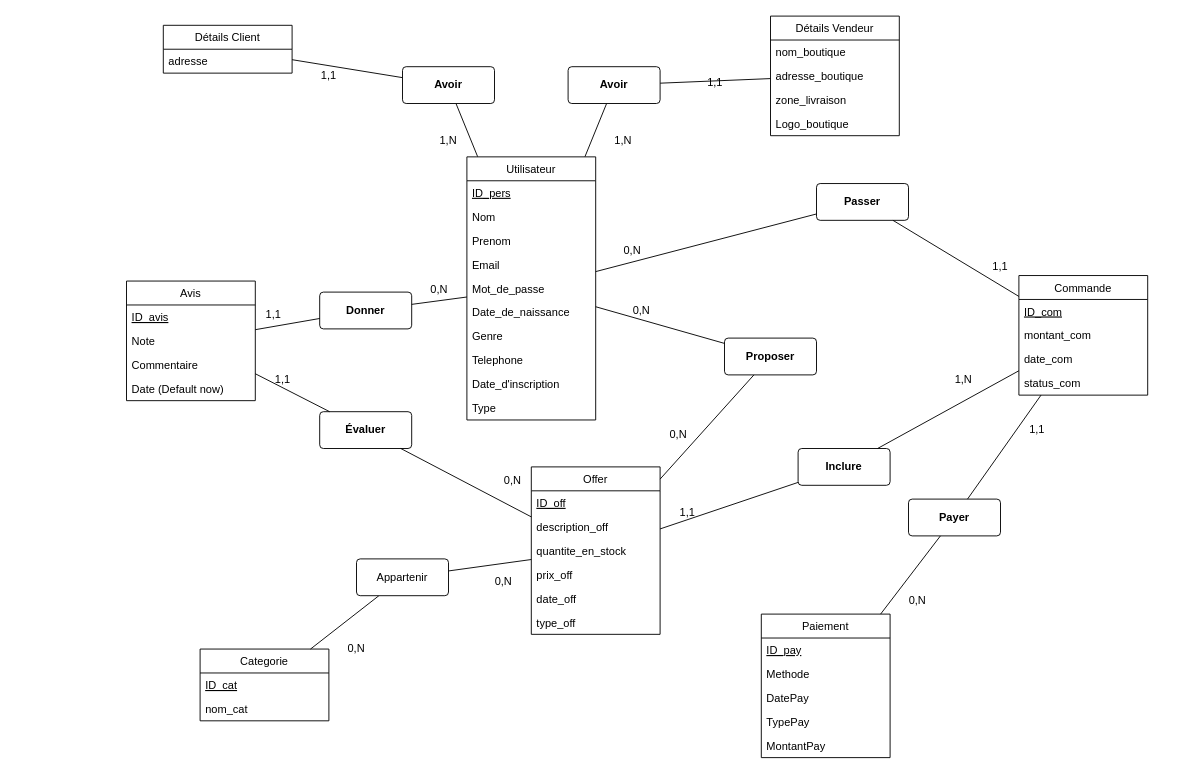
Before: Planning/Modelisations.dio in haki24gamer/Taajr, a draw.io diagram. Source tidied: cells renumbered, new cells numbered last; positions are measured from the earlier drawing's top-left corner, leaving out a move shared by most shapes. Both pictures are drawn from the tidied source at 92%, with x=0, y=0 at pixel (126, 16).
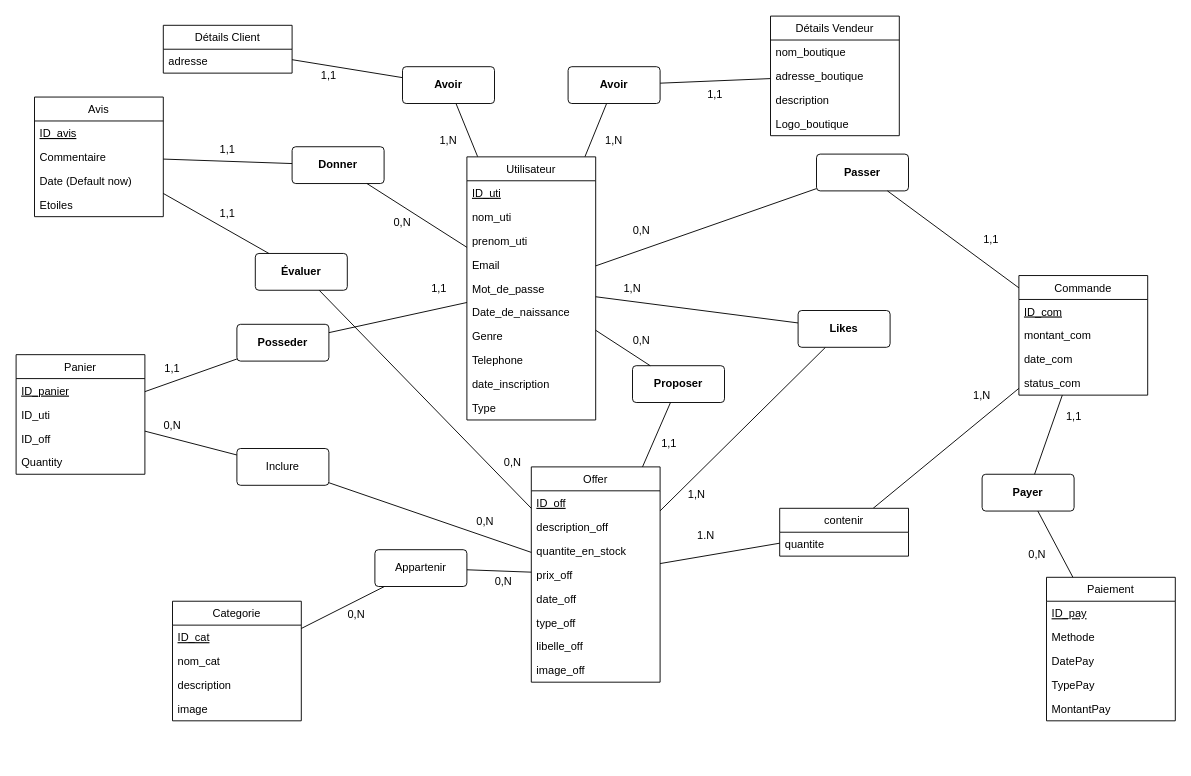
After the change.

Unchanged cells that the change refers to:
```xml
<mxCell id="11" value="Utilisateur" style="swimlane;fontStyle=0;horizontal=1;startSize=26;" parent="1" vertex="1">
  <mxGeometry x="370" y="153" width="140" height="286" as="geometry" />
</mxCell>
<mxCell id="22" value="Commande" style="swimlane;fontStyle=0;horizontal=1;startSize=26;" parent="1" vertex="1">
  <mxGeometry x="970" y="282" width="140" height="130" as="geometry" />
</mxCell>
<mxCell id="82" value="Détails Vendeur" style="swimlane;fontStyle=0;horizontal=1;startSize=26;" parent="1" vertex="1">
  <mxGeometry x="700" width="140" height="130" as="geometry" />
</mxCell>
```

Change to the diagram source:
```diff
@@
     <mxCell id="2" value="&lt;strong&gt;Donner&lt;/strong&gt;" style="rounded=1;arcSize=10;whiteSpace=wrap;html=1;align=center;" parent="1" vertex="1">
-      <mxGeometry x="210" y="300" width="100" height="40" as="geometry" />
+      <mxGeometry x="180" y="142" width="100" height="40" as="geometry" />
     </mxCell>
     <mxCell id="3" value="&lt;strong&gt;Évaluer&lt;/strong&gt;" style="rounded=1;arcSize=10;whiteSpace=wrap;html=1;align=center;" parent="1" vertex="1">
-      <mxGeometry x="210" y="430" width="100" height="40" as="geometry" />
+      <mxGeometry x="140" y="258" width="100" height="40" as="geometry" />
     </mxCell>
     <mxCell id="4" value="Avis" style="swimlane;fontStyle=0;horizontal=1;startSize=26;" parent="1" vertex="1">
-      <mxGeometry y="288" width="140" height="130" as="geometry" />
+      <mxGeometry x="-100" y="88" width="140" height="130" as="geometry" />
     </mxCell>
@@
-    <mxCell id="6" value="Note" style="text;strokeColor=none;fillColor=none;align=left;verticalAlign=top;spacingLeft=4;spacingRight=4;overflow=hidden;" parent="4" vertex="1">
-      <mxGeometry y="52" width="140" height="26" as="geometry" />
-    </mxCell>
     <mxCell id="7" value="Commentaire" style="text;strokeColor=none;fillColor=none;align=left;verticalAlign=top;spacingLeft=4;spacingRight=4;overflow=hidden;" parent="4" vertex="1">
-      <mxGeometry y="78" width="140" height="26" as="geometry" />
+      <mxGeometry y="52" width="140" height="26" as="geometry" />
     </mxCell>
     <mxCell id="8" value="Date (Default now)" style="text;strokeColor=none;fillColor=none;align=left;verticalAlign=top;spacingLeft=4;spacingRight=4;overflow=hidden;" parent="4" vertex="1">
-      <mxGeometry y="104" width="140" height="26" as="geometry" />
+      <mxGeometry y="78" width="140" height="26" as="geometry" />
     </mxCell>
+    <mxCell id="91" value="Etoiles" style="text;strokeColor=none;fillColor=none;align=left;verticalAlign=top;spacingLeft=4;spacingRight=4;overflow=hidden;" parent="4" vertex="1">
+      <mxGeometry y="104" width="140" height="26" as="geometry" />
+    </mxCell>
@@
-    <mxCell id="12" value="ID_pers" style="text;strokeColor=none;fillColor=none;align=left;verticalAlign=top;spacingLeft=4;spacingRight=4;overflow=hidden;fontStyle=4;" parent="11" vertex="1">
+    <mxCell id="12" value="ID_uti" style="text;strokeColor=none;fillColor=none;align=left;verticalAlign=top;spacingLeft=4;spacingRight=4;overflow=hidden;fontStyle=4;" parent="11" vertex="1">
       <mxGeometry y="26" width="140" height="26" as="geometry" />
     </mxCell>
-    <mxCell id="13" value="Nom" style="text;strokeColor=none;fillColor=none;align=left;verticalAlign=top;spacingLeft=4;spacingRight=4;overflow=hidden;" parent="11" vertex="1">
+    <mxCell id="13" value="nom_uti" style="text;strokeColor=none;fillColor=none;align=left;verticalAlign=top;spacingLeft=4;spacingRight=4;overflow=hidden;" parent="11" vertex="1">
       <mxGeometry y="52" width="140" height="26" as="geometry" />
     </mxCell>
-    <mxCell id="14" value="Prenom" style="text;strokeColor=none;fillColor=none;align=left;verticalAlign=top;spacingLeft=4;spacingRight=4;overflow=hidden;" parent="11" vertex="1">
+    <mxCell id="14" value="prenom_uti" style="text;strokeColor=none;fillColor=none;align=left;verticalAlign=top;spacingLeft=4;spacingRight=4;overflow=hidden;" parent="11" vertex="1">
       <mxGeometry y="78" width="140" height="26" as="geometry" />
     </mxCell>
@@
-    <mxCell id="20" value="Date_d'inscription" style="text;strokeColor=none;fillColor=none;align=left;verticalAlign=top;spacingLeft=4;spacingRight=4;overflow=hidden;" parent="11" vertex="1">
+    <mxCell id="20" value="date_inscription" style="text;strokeColor=none;fillColor=none;align=left;verticalAlign=top;spacingLeft=4;spacingRight=4;overflow=hidden;" parent="11" vertex="1">
       <mxGeometry y="234" width="140" height="26" as="geometry" />
     </mxCell>
@@
     <mxCell id="27" value="Offer" style="swimlane;fontStyle=0;horizontal=1;startSize=26;" parent="1" vertex="1">
-      <mxGeometry x="440" y="490" width="140" height="182" as="geometry" />
+      <mxGeometry x="440" y="490" width="140" height="234" as="geometry" />
     </mxCell>
@@
+    <mxCell id="92" value="libelle_off" style="text;strokeColor=none;fillColor=none;align=left;verticalAlign=top;spacingLeft=4;spacingRight=4;overflow=hidden;" parent="27" vertex="1">
+      <mxGeometry y="182" width="140" height="26" as="geometry" />
+    </mxCell>
+    <mxCell id="93" value="image_off" style="text;strokeColor=none;fillColor=none;align=left;verticalAlign=top;spacingLeft=4;spacingRight=4;overflow=hidden;" parent="27" vertex="1">
+      <mxGeometry y="208" width="140" height="26" as="geometry" />
+    </mxCell>
     <mxCell id="34" value="Paiement" style="swimlane;fontStyle=0;horizontal=1;startSize=26;" parent="1" vertex="1">
-      <mxGeometry x="690" y="650" width="140" height="156" as="geometry" />
+      <mxGeometry x="1000" y="610" width="140" height="156" as="geometry" />
     </mxCell>
@@
     <mxCell id="40" value="Categorie" style="swimlane;fontStyle=0;horizontal=1;startSize=26;" parent="1" vertex="1">
-      <mxGeometry x="80" y="688" width="140" height="78" as="geometry" />
+      <mxGeometry x="50" y="636" width="140" height="130" as="geometry" />
     </mxCell>
@@
+    <mxCell id="94" value="description " style="text;strokeColor=none;fillColor=none;align=left;verticalAlign=top;spacingLeft=4;spacingRight=4;overflow=hidden;" parent="40" vertex="1">
+      <mxGeometry y="78" width="140" height="26" as="geometry" />
+    </mxCell>
+    <mxCell id="95" value="image" style="text;strokeColor=none;fillColor=none;align=left;verticalAlign=top;spacingLeft=4;spacingRight=4;overflow=hidden;" parent="40" vertex="1">
+      <mxGeometry y="104" width="140" height="26" as="geometry" />
+    </mxCell>
     <mxCell id="43" value="&lt;strong&gt;Passer&lt;/strong&gt;" style="rounded=1;arcSize=10;whiteSpace=wrap;html=1;align=center;" parent="1" vertex="1">
-      <mxGeometry x="750" y="182" width="100" height="40" as="geometry" />
+      <mxGeometry x="750" y="150" width="100" height="40" as="geometry" />
     </mxCell>
     <mxCell id="44" value="&lt;strong&gt;Proposer&lt;/strong&gt;" style="rounded=1;arcSize=10;whiteSpace=wrap;html=1;align=center;" parent="1" vertex="1">
-      <mxGeometry x="650" y="350" width="100" height="40" as="geometry" />
+      <mxGeometry x="550" y="380" width="100" height="40" as="geometry" />
     </mxCell>
@@
-    <mxCell id="52" value="&lt;strong&gt;Inclure&lt;/strong&gt;" style="rounded=1;arcSize=10;whiteSpace=wrap;html=1;align=center;" parent="1" vertex="1">
-      <mxGeometry x="730" y="470" width="100" height="40" as="geometry" />
-    </mxCell>
-    <mxCell id="53" style="edgeStyle=none;html=1;endArrow=none;endFill=0;" parent="1" edge="1" source="27" target="52">
+    <mxCell id="53" style="edgeStyle=none;html=1;endArrow=none;endFill=0;" parent="1" edge="1" source="27" target="115">
       <mxGeometry relative="1" as="geometry" />
     </mxCell>
-    <mxCell id="54" style="edgeStyle=none;html=1;endArrow=none;endFill=0;" parent="1" edge="1" source="22" target="52">
+    <mxCell id="54" style="edgeStyle=none;html=1;endArrow=none;endFill=0;" parent="1" edge="1" source="22" target="115">
       <mxGeometry relative="1" as="geometry" />
     </mxCell>
     <mxCell id="55" value="&lt;strong&gt;Payer&lt;/strong&gt;" style="rounded=1;arcSize=10;whiteSpace=wrap;html=1;align=center;" parent="1" vertex="1">
-      <mxGeometry x="850" y="525" width="100" height="40" as="geometry" />
+      <mxGeometry x="930" y="498" width="100" height="40" as="geometry" />
     </mxCell>
@@
     <mxCell id="61" value="0,N" style="text;html=1;strokeColor=none;fillColor=none;align=center;verticalAlign=middle;whiteSpace=wrap;rounded=0;" parent="1" vertex="1">
-      <mxGeometry x="310" y="282" width="60" height="30" as="geometry" />
+      <mxGeometry x="270" y="210" width="60" height="30" as="geometry" />
     </mxCell>
     <mxCell id="62" value="1,1" style="text;html=1;strokeColor=none;fillColor=none;align=center;verticalAlign=middle;whiteSpace=wrap;rounded=0;" parent="1" vertex="1">
-      <mxGeometry x="130" y="310" width="60" height="30" as="geometry" />
+      <mxGeometry x="80" y="130" width="60" height="30" as="geometry" />
     </mxCell>
     <mxCell id="63" value="0,N" style="text;html=1;strokeColor=none;fillColor=none;align=center;verticalAlign=middle;whiteSpace=wrap;rounded=0;" parent="1" vertex="1">
-      <mxGeometry x="530" y="305" width="60" height="30" as="geometry" />
+      <mxGeometry x="530" y="338" width="60" height="30" as="geometry" />
     </mxCell>
-    <mxCell id="64" value="1,1" style="text;html=1;strokeColor=none;fillColor=none;align=center;verticalAlign=middle;whiteSpace=wrap;rounded=0;" parent="1" vertex="1">
-      <mxGeometry x="580" y="525" width="60" height="30" as="geometry" />
+    <mxCell id="64" value="1.N" style="text;html=1;strokeColor=none;fillColor=none;align=center;verticalAlign=middle;whiteSpace=wrap;rounded=0;" parent="1" vertex="1">
+      <mxGeometry x="600" y="550" width="60" height="30" as="geometry" />
     </mxCell>
     <mxCell id="65" value="0,N" style="text;html=1;strokeColor=none;fillColor=none;align=center;verticalAlign=middle;whiteSpace=wrap;rounded=0;" parent="1" vertex="1">
-      <mxGeometry x="220" y="673" width="60" height="30" as="geometry" />
+      <mxGeometry x="220" y="636" width="60" height="30" as="geometry" />
     </mxCell>
@@
     <mxCell id="67" value="1,N" style="text;html=1;strokeColor=none;fillColor=none;align=center;verticalAlign=middle;whiteSpace=wrap;rounded=0;" parent="1" vertex="1">
-      <mxGeometry x="880" y="380" width="60" height="30" as="geometry" />
+      <mxGeometry x="900" y="398" width="60" height="30" as="geometry" />
     </mxCell>
-    <mxCell id="68" value="0,N" style="text;html=1;strokeColor=none;fillColor=none;align=center;verticalAlign=middle;whiteSpace=wrap;rounded=0;" parent="1" vertex="1">
-      <mxGeometry x="570" y="440" width="60" height="30" as="geometry" />
+    <mxCell id="68" value="1,1" style="text;html=1;strokeColor=none;fillColor=none;align=center;verticalAlign=middle;whiteSpace=wrap;rounded=0;" parent="1" vertex="1">
+      <mxGeometry x="560" y="450" width="60" height="30" as="geometry" />
     </mxCell>
     <mxCell id="69" value="0,N" style="text;html=1;strokeColor=none;fillColor=none;align=center;verticalAlign=middle;whiteSpace=wrap;rounded=0;" parent="1" vertex="1">
-      <mxGeometry x="520" y="240" width="60" height="30" as="geometry" />
+      <mxGeometry x="530" y="218" width="60" height="30" as="geometry" />
     </mxCell>
     <mxCell id="70" value="1,1" style="text;html=1;strokeColor=none;fillColor=none;align=center;verticalAlign=middle;whiteSpace=wrap;rounded=0;" parent="1" vertex="1">
-      <mxGeometry x="920" y="258" width="60" height="30" as="geometry" />
+      <mxGeometry x="910" y="228" width="60" height="30" as="geometry" />
     </mxCell>
     <mxCell id="71" value="1,1" style="text;html=1;strokeColor=none;fillColor=none;align=center;verticalAlign=middle;whiteSpace=wrap;rounded=0;" parent="1" vertex="1">
-      <mxGeometry x="960" y="435" width="60" height="30" as="geometry" />
+      <mxGeometry x="1000" y="420" width="60" height="30" as="geometry" />
     </mxCell>
-    <mxCell id="72" value="0,N" style="text;html=1;strokeColor=none;fillColor=none;align=center;verticalAlign=middle;whiteSpace=wrap;rounded=0;" parent="1" vertex="1">
-      <mxGeometry x="830" y="620" width="60" height="30" as="geometry" />
-    </mxCell>
     <mxCell id="73" value="1,1" style="text;html=1;strokeColor=none;fillColor=none;align=center;verticalAlign=middle;whiteSpace=wrap;rounded=0;" parent="1" vertex="1">
-      <mxGeometry x="140" y="380" width="60" height="30" as="geometry" />
+      <mxGeometry x="80" y="200" width="60" height="30" as="geometry" />
     </mxCell>
     <mxCell id="74" value="0,N" style="text;html=1;strokeColor=none;fillColor=none;align=center;verticalAlign=middle;whiteSpace=wrap;rounded=0;" parent="1" vertex="1">
-      <mxGeometry x="390" y="490" width="60" height="30" as="geometry" />
+      <mxGeometry x="390" y="470" width="60" height="30" as="geometry" />
     </mxCell>
     <mxCell id="75" value="&lt;span style=&quot;&quot;&gt;Appartenir&lt;/span&gt;" style="rounded=1;arcSize=10;whiteSpace=wrap;html=1;align=center;" parent="1" vertex="1">
-      <mxGeometry x="250" y="590" width="100" height="40" as="geometry" />
+      <mxGeometry x="270" y="580" width="100" height="40" as="geometry" />
     </mxCell>
@@
-    <mxCell id="85" value="zone_livraison" style="text;strokeColor=none;fillColor=none;align=left;verticalAlign=top;spacingLeft=4;spacingRight=4;overflow=hidden;" parent="82" vertex="1">
+    <mxCell id="85" value="description" style="text;strokeColor=none;fillColor=none;align=left;verticalAlign=top;spacingLeft=4;spacingRight=4;overflow=hidden;" parent="82" vertex="1">
       <mxGeometry y="78" width="140" height="26" as="geometry" />
     </mxCell>
@@
     <mxCell id="88" value="1,N" style="text;html=1;strokeColor=none;fillColor=none;align=center;verticalAlign=middle;whiteSpace=wrap;rounded=0;" parent="1" vertex="1">
-      <mxGeometry x="510" y="120" width="60" height="30" as="geometry" />
+      <mxGeometry x="500" y="120" width="60" height="30" as="geometry" />
     </mxCell>
@@
     <mxCell id="90" value="1,1" style="text;html=1;strokeColor=none;fillColor=none;align=center;verticalAlign=middle;whiteSpace=wrap;rounded=0;" parent="1" vertex="1">
-      <mxGeometry x="610" y="58" width="60" height="30" as="geometry" />
+      <mxGeometry x="610" y="70" width="60" height="30" as="geometry" />
     </mxCell>
+    <mxCell id="96" value="Panier" style="swimlane;fontStyle=0;horizontal=1;startSize=26;" parent="1" vertex="1">
+      <mxGeometry x="-120" y="368" width="140" height="130" as="geometry" />
+    </mxCell>
+    <mxCell id="97" value="ID_panier" style="text;strokeColor=none;fillColor=none;align=left;verticalAlign=top;spacingLeft=4;spacingRight=4;overflow=hidden;fontStyle=4;" parent="96" vertex="1">
+      <mxGeometry y="26" width="140" height="26" as="geometry" />
+    </mxCell>
+    <mxCell id="98" value="ID_uti" style="text;strokeColor=none;fillColor=none;align=left;verticalAlign=top;spacingLeft=4;spacingRight=4;overflow=hidden;" parent="96" vertex="1">
+      <mxGeometry y="52" width="140" height="26" as="geometry" />
+    </mxCell>
+    <mxCell id="99" value="ID_off" style="text;strokeColor=none;fillColor=none;align=left;verticalAlign=top;spacingLeft=4;spacingRight=4;overflow=hidden;" parent="96" vertex="1">
+      <mxGeometry y="78" width="140" height="26" as="geometry" />
+    </mxCell>
+    <mxCell id="100" value="Quantity" style="text;strokeColor=none;fillColor=none;align=left;verticalAlign=top;spacingLeft=4;spacingRight=4;overflow=hidden;" parent="96" vertex="1">
+      <mxGeometry y="104" width="140" height="26" as="geometry" />
+    </mxCell>
+    <mxCell id="101" style="edgeStyle=none;html=1;endArrow=none;endFill=0;startArrow=none;" parent="1" edge="1" source="103" target="11">
+      <mxGeometry relative="1" as="geometry" />
+    </mxCell>
+    <mxCell id="102" style="edgeStyle=none;html=1;endArrow=none;endFill=0;" parent="1" edge="1" source="96" target="103">
+      <mxGeometry relative="1" as="geometry" />
+    </mxCell>
+    <mxCell id="103" value="&lt;strong&gt;Posseder&lt;/strong&gt;" style="rounded=1;arcSize=10;whiteSpace=wrap;html=1;align=center;" parent="1" vertex="1">
+      <mxGeometry x="120" y="335" width="100" height="40" as="geometry" />
+    </mxCell>
+    <mxCell id="104" style="edgeStyle=none;html=1;endArrow=none;endFill=0;startArrow=none;" parent="1" edge="1" source="52" target="27">
+      <mxGeometry relative="1" as="geometry" />
+    </mxCell>
+    <mxCell id="105" style="edgeStyle=none;html=1;endArrow=none;endFill=0;" parent="1" edge="1" source="96" target="52">
+      <mxGeometry relative="1" as="geometry" />
+    </mxCell>
+    <mxCell id="52" value="&lt;span style=&quot;&quot;&gt;Inclure&lt;/span&gt;" style="rounded=1;arcSize=10;whiteSpace=wrap;html=1;align=center;" parent="1" vertex="1">
+      <mxGeometry x="120" y="470" width="100" height="40" as="geometry" />
+    </mxCell>
+    <mxCell id="106" style="edgeStyle=none;html=1;endArrow=none;endFill=0;" parent="1" edge="1" source="114" target="11">
+      <mxGeometry relative="1" as="geometry" />
+    </mxCell>
+    <mxCell id="107" style="edgeStyle=none;html=1;endArrow=none;endFill=0;" parent="1" edge="1" source="114" target="27">
+      <mxGeometry relative="1" as="geometry" />
+    </mxCell>
+    <mxCell id="108" value="1,N" style="text;html=1;strokeColor=none;fillColor=none;align=center;verticalAlign=middle;whiteSpace=wrap;rounded=0;" parent="1" vertex="1">
+      <mxGeometry x="590" y="505" width="60" height="30" as="geometry" />
+    </mxCell>
+    <mxCell id="109" value="1,N" style="text;html=1;strokeColor=none;fillColor=none;align=center;verticalAlign=middle;whiteSpace=wrap;rounded=0;" parent="1" vertex="1">
+      <mxGeometry x="520" y="281" width="60" height="30" as="geometry" />
+    </mxCell>
+    <mxCell id="110" value="1,1" style="text;html=1;strokeColor=none;fillColor=none;align=center;verticalAlign=middle;whiteSpace=wrap;rounded=0;" parent="1" vertex="1">
+      <mxGeometry x="310" y="281" width="60" height="30" as="geometry" />
+    </mxCell>
+    <mxCell id="111" value="0,N" style="text;html=1;strokeColor=none;fillColor=none;align=center;verticalAlign=middle;whiteSpace=wrap;rounded=0;" parent="1" vertex="1">
+      <mxGeometry x="360" y="535" width="60" height="30" as="geometry" />
+    </mxCell>
+    <mxCell id="112" value="1,1" style="text;html=1;strokeColor=none;fillColor=none;align=center;verticalAlign=middle;whiteSpace=wrap;rounded=0;" parent="1" vertex="1">
+      <mxGeometry x="20" y="368" width="60" height="30" as="geometry" />
+    </mxCell>
+    <mxCell id="113" value="0,N" style="text;html=1;strokeColor=none;fillColor=none;align=center;verticalAlign=middle;whiteSpace=wrap;rounded=0;" parent="1" vertex="1">
+      <mxGeometry x="20" y="430" width="60" height="30" as="geometry" />
+    </mxCell>
+    <mxCell id="114" value="&lt;strong&gt;Likes&lt;/strong&gt;" style="rounded=1;arcSize=10;whiteSpace=wrap;html=1;align=center;" parent="1" vertex="1">
+      <mxGeometry x="730" y="320" width="100" height="40" as="geometry" />
+    </mxCell>
+    <mxCell id="115" value="contenir" style="swimlane;fontStyle=0;horizontal=1;startSize=26;" parent="1" vertex="1">
+      <mxGeometry x="710" y="535" width="140" height="52" as="geometry" />
+    </mxCell>
+    <mxCell id="116" value="quantite" style="text;strokeColor=none;fillColor=none;align=left;verticalAlign=top;spacingLeft=4;spacingRight=4;overflow=hidden;" parent="115" vertex="1">
+      <mxGeometry y="26" width="140" height="26" as="geometry" />
+    </mxCell>
+    <mxCell id="117" value="0,N" style="text;html=1;strokeColor=none;fillColor=none;align=center;verticalAlign=middle;whiteSpace=wrap;rounded=0;" parent="1" vertex="1">
+      <mxGeometry x="960" y="570" width="60" height="30" as="geometry" />
+    </mxCell>
```
